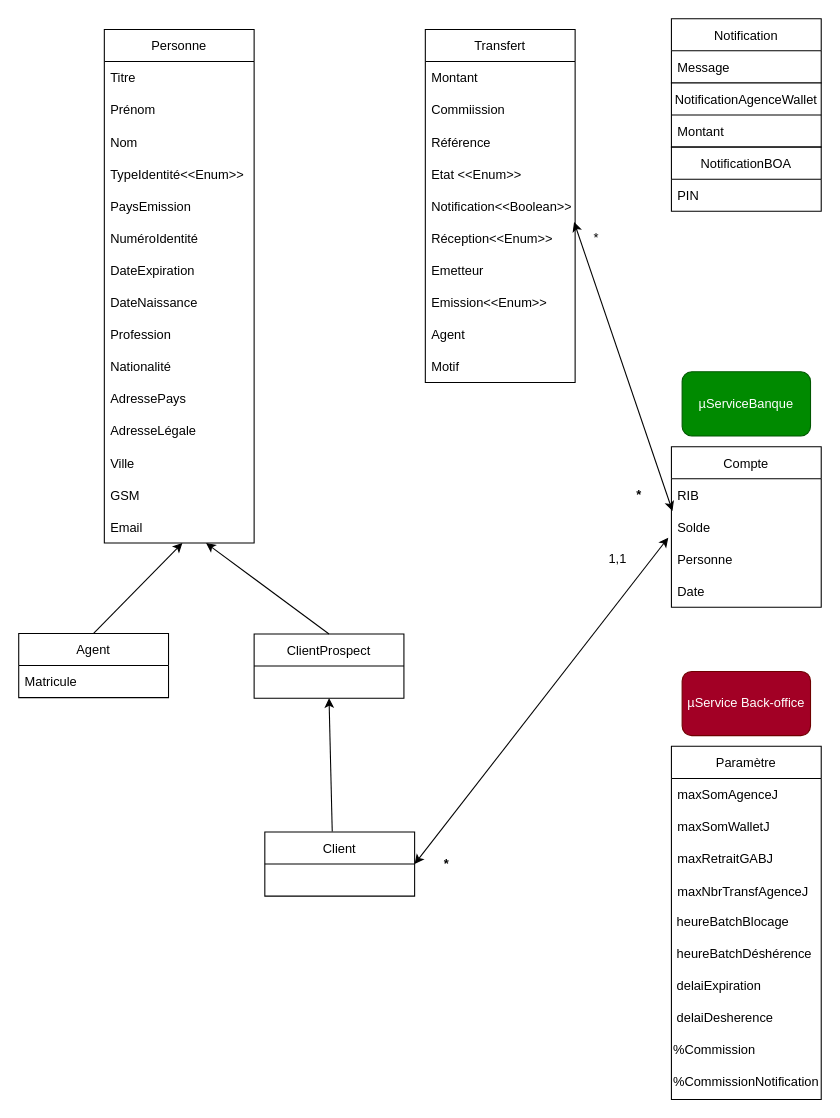
TransfertNationalOrg/transfert-service keeps this draw.io diagram as Diagramme de classe.drawio. Above is the earlier version. Source tidied: cells renumbered, new cells numbered last; positions are measured from the earlier drawing's top-left corner, leaving out a move shared by most shapes. Both pictures are drawn from the tidied source at 107%, with x=0, y=0 at pixel (18, 18).
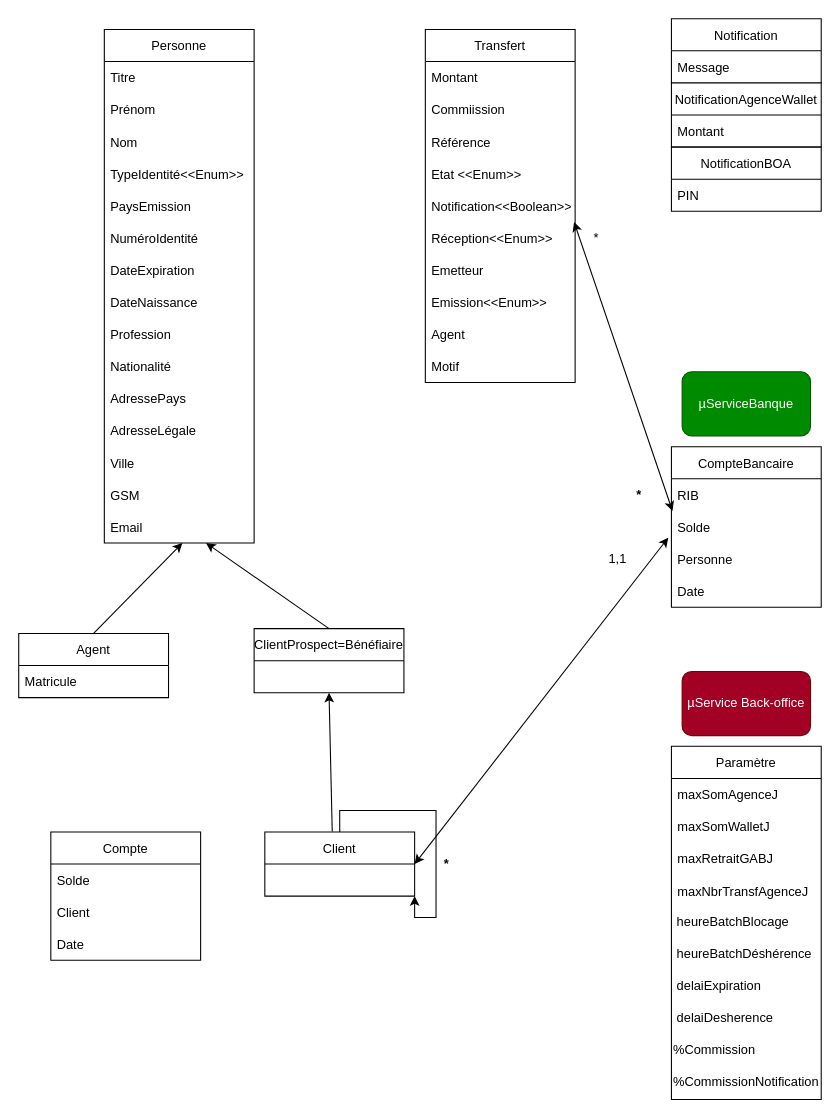
The same diagram, later.

The change refers to these unchanged cells:
```xml
<mxCell id="37" value="Client" style="swimlane;fontStyle=0;horizontal=1;startSize=30;" parent="1" vertex="1">
  <mxGeometry x="230" y="760" width="140" height="60" as="geometry" />
</mxCell>
```

What changed in the source:
```diff
@@
-    <mxCell id="29" value="Compte" style="swimlane;fontStyle=0;horizontal=1;startSize=30;" parent="1" vertex="1">
+    <mxCell id="29" value="CompteBancaire" style="swimlane;fontStyle=0;horizontal=1;startSize=30;" parent="1" vertex="1">
       <mxGeometry x="610" y="400" width="140" height="150" as="geometry" />
     </mxCell>
@@
-    <mxCell id="36" value="ClientProspect" style="swimlane;fontStyle=0;horizontal=1;startSize=30;" parent="1" vertex="1">
-      <mxGeometry x="220" y="575" width="140" height="60" as="geometry" />
+    <mxCell id="36" value="ClientProspect=Bénéfiaire" style="swimlane;fontStyle=0;horizontal=1;startSize=30;" parent="1" vertex="1">
+      <mxGeometry x="220" y="570" width="140" height="60" as="geometry" />
     </mxCell>
@@
+    <mxCell id="66" value="Compte" style="swimlane;fontStyle=0;horizontal=1;startSize=30;" parent="1" vertex="1">
+      <mxGeometry x="30" y="760" width="140" height="120" as="geometry" />
+    </mxCell>
+    <mxCell id="67" value="Solde" style="text;strokeColor=none;fillColor=none;align=left;verticalAlign=middle;spacingLeft=4;spacingRight=4;overflow=hidden;" parent="66" vertex="1">
+      <mxGeometry y="30" width="140" height="30" as="geometry" />
+    </mxCell>
+    <mxCell id="68" value="Client" style="text;strokeColor=none;fillColor=none;align=left;verticalAlign=middle;spacingLeft=4;spacingRight=4;overflow=hidden;" parent="66" vertex="1">
+      <mxGeometry y="60" width="140" height="30" as="geometry" />
+    </mxCell>
+    <mxCell id="69" value="Date" style="text;strokeColor=none;fillColor=none;align=left;verticalAlign=middle;spacingLeft=4;spacingRight=4;overflow=hidden;" parent="66" vertex="1">
+      <mxGeometry y="90" width="140" height="30" as="geometry" />
+    </mxCell>
+    <mxCell id="70" style="edgeStyle=orthogonalEdgeStyle;rounded=0;orthogonalLoop=1;jettySize=auto;html=1;entryX=1;entryY=1;entryDx=0;entryDy=0;" parent="1" edge="1" source="37" target="37">
+      <mxGeometry relative="1" as="geometry" />
+    </mxCell>
```
